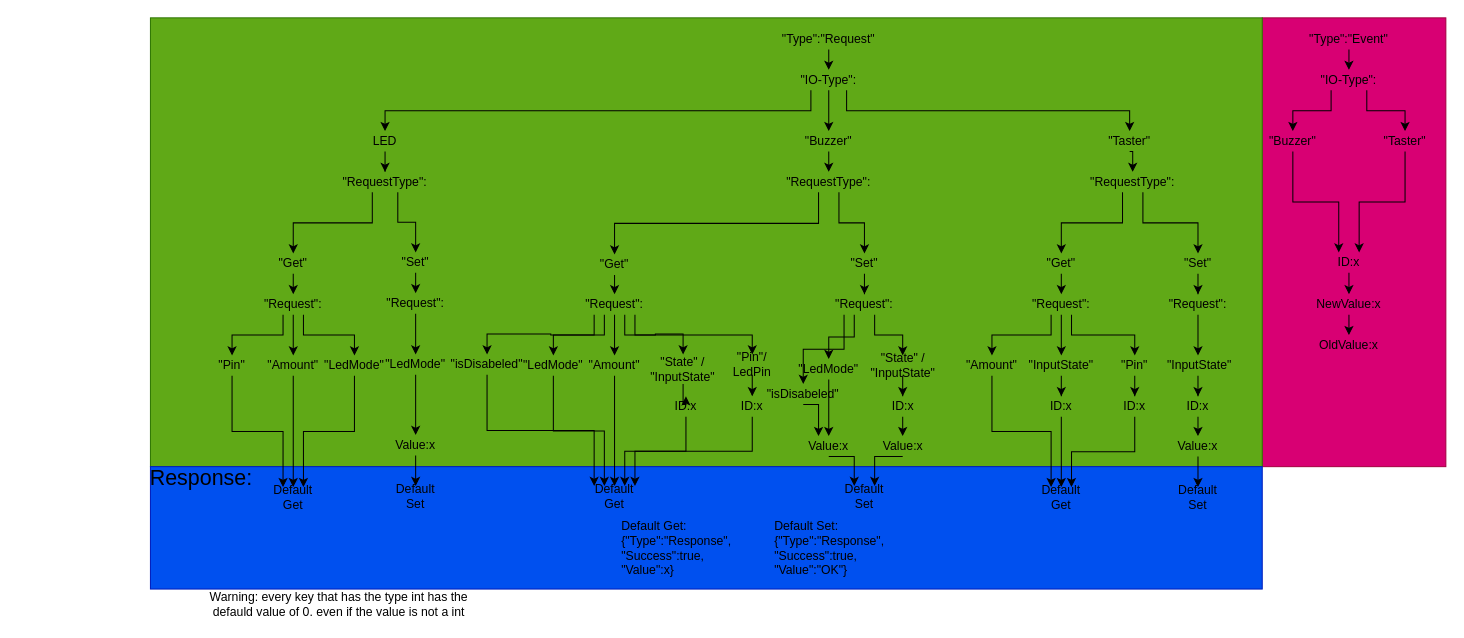
Earlier version of the draw.io diagram src/BuzzerScript/API Doku NEW.drawio (TheEinfachFelix/GameMaster). Source tidied: cells renumbered, new cells numbered last; positions are measured from the earlier drawing's top-left corner, leaving out a move shared by most shapes. Both pictures are drawn from the tidied source at 102%, with x=0, y=0 at pixel (150, 17).
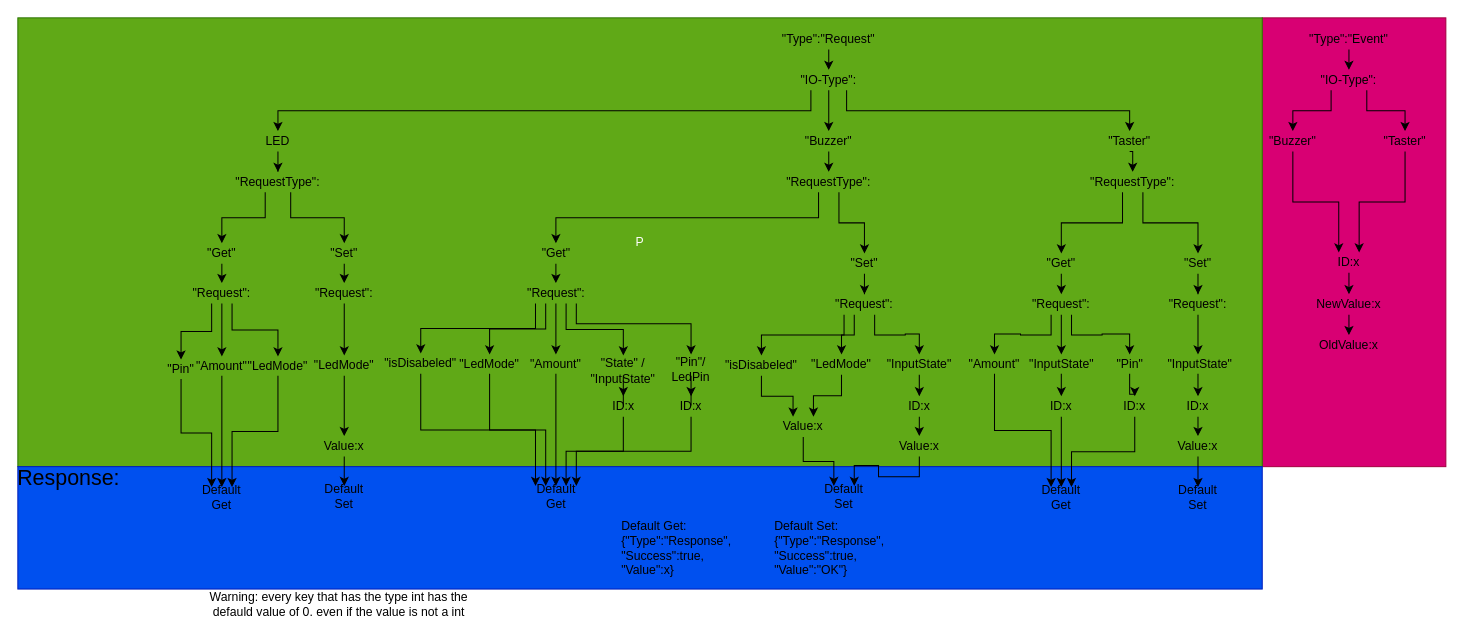
The same diagram, later.

Change to the diagram source:
```diff
@@
-    <mxCell id="3" style="rounded=0;whiteSpace=wrap;html=1;fillColor=#60a917;strokeColor=#2D7600;fontColor=#ffffff;" parent="1" vertex="1">
-      <mxGeometry width="1090" height="440" as="geometry" />
+    <mxCell id="3" value="P" style="rounded=0;whiteSpace=wrap;html=1;fillColor=#60a917;strokeColor=#2D7600;fontColor=#ffffff;" parent="1" vertex="1">
+      <mxGeometry x="-130" width="1220" height="440" as="geometry" />
     </mxCell>
     <mxCell id="4" style="rounded=0;whiteSpace=wrap;html=1;align=left;fillColor=#0050ef;strokeColor=#001DBC;fontColor=#ffffff;" parent="1" vertex="1">
-      <mxGeometry y="440" width="1090" height="120" as="geometry" />
+      <mxGeometry x="-130" y="440" width="1220" height="120" as="geometry" />
     </mxCell>
@@
     <mxCell id="9" value="LED" style="text;html=1;strokeColor=none;fillColor=none;align=center;verticalAlign=middle;whiteSpace=wrap;rounded=0;" parent="1" vertex="1">
-      <mxGeometry x="210" y="111" width="40" height="20" as="geometry" />
+      <mxGeometry x="105" y="111" width="40" height="20" as="geometry" />
     </mxCell>
@@
     <mxCell id="19" value="&quot;RequestType&quot;:" style="text;html=1;strokeColor=none;fillColor=none;align=center;verticalAlign=middle;whiteSpace=wrap;rounded=0;" parent="1" vertex="1">
-      <mxGeometry x="205" y="151" width="50" height="20" as="geometry" />
+      <mxGeometry x="100" y="151" width="50" height="20" as="geometry" />
     </mxCell>
@@
     <mxCell id="21" value="&quot;Get&quot;" style="text;html=1;strokeColor=none;fillColor=none;align=center;verticalAlign=middle;whiteSpace=wrap;rounded=0;" parent="1" vertex="1">
-      <mxGeometry x="120" y="231" width="40" height="20" as="geometry" />
+      <mxGeometry x="50" y="221" width="40" height="20" as="geometry" />
     </mxCell>
@@
     <mxCell id="23" value="&quot;Set&quot;" style="text;html=1;strokeColor=none;fillColor=none;align=center;verticalAlign=middle;whiteSpace=wrap;rounded=0;" parent="1" vertex="1">
-      <mxGeometry x="240" y="230" width="40" height="20" as="geometry" />
+      <mxGeometry x="170" y="221" width="40" height="20" as="geometry" />
     </mxCell>
@@
     <mxCell id="28" value="&quot;Get&quot;" style="text;html=1;strokeColor=none;fillColor=none;align=center;verticalAlign=middle;whiteSpace=wrap;rounded=0;" parent="1" vertex="1">
-      <mxGeometry x="435" y="232" width="40" height="20" as="geometry" />
+      <mxGeometry x="377.5" y="221" width="40" height="20" as="geometry" />
     </mxCell>
@@
     <mxCell id="39" value="&lt;div&gt;&quot;Request&quot;:&lt;/div&gt;" style="text;html=1;strokeColor=none;fillColor=none;align=center;verticalAlign=middle;whiteSpace=wrap;rounded=0;" parent="1" vertex="1">
-      <mxGeometry x="120" y="271" width="40" height="20" as="geometry" />
+      <mxGeometry x="50" y="260" width="40" height="20" as="geometry" />
     </mxCell>
@@
     <mxCell id="41" value="&lt;div&gt;&quot;Request&quot;:&lt;/div&gt;" style="text;html=1;strokeColor=none;fillColor=none;align=center;verticalAlign=middle;whiteSpace=wrap;rounded=0;" parent="1" vertex="1">
-      <mxGeometry x="240" y="270" width="40" height="20" as="geometry" />
+      <mxGeometry x="170" y="260" width="40" height="20" as="geometry" />
     </mxCell>
@@
     <mxCell id="45" value="&lt;div&gt;&quot;Request&quot;:&lt;/div&gt;" style="text;html=1;strokeColor=none;fillColor=none;align=center;verticalAlign=middle;whiteSpace=wrap;rounded=0;" parent="1" vertex="1">
-      <mxGeometry x="435" y="271" width="40" height="20" as="geometry" />
+      <mxGeometry x="377.5" y="260" width="40" height="20" as="geometry" />
     </mxCell>
@@
     <mxCell id="54" value="&quot;Amount&quot;" style="text;html=1;align=center;verticalAlign=middle;whiteSpace=wrap;rounded=0;" parent="1" vertex="1">
-      <mxGeometry x="805" y="331" width="40" height="20" as="geometry" />
+      <mxGeometry x="800" y="330" width="55" height="19" as="geometry" />
     </mxCell>
@@
     <mxCell id="56" value="&quot;Pin&quot;" style="text;html=1;align=center;verticalAlign=middle;whiteSpace=wrap;rounded=0;" parent="1" vertex="1">
-      <mxGeometry x="945" y="331" width="40" height="20" as="geometry" />
+      <mxGeometry x="942.5" y="330" width="35" height="19" as="geometry" />
     </mxCell>
@@
     <mxCell id="59" style="edgeStyle=orthogonalEdgeStyle;rounded=0;jettySize=auto;html=1;exitX=0.5;exitY=1;exitDx=0;exitDy=0;entryX=0.5;entryY=0;entryDx=0;entryDy=0;" parent="1" edge="1" source="45" target="62">
       <mxGeometry relative="1" as="geometry">
         <Array as="points">
-          <mxPoint x="455" y="300" />
-          <mxPoint x="455" y="300" />
+          <mxPoint x="398" y="310" />
+          <mxPoint x="398" y="310" />
         </Array>
       </mxGeometry>
     </mxCell>
     <mxCell id="60" style="edgeStyle=orthogonalEdgeStyle;rounded=0;jettySize=auto;html=1;entryX=0.5;entryY=0;entryDx=0;entryDy=0;exitX=1;exitY=1;exitDx=0;exitDy=0;" parent="1" edge="1" source="45" target="64">
       <mxGeometry relative="1" as="geometry">
         <Array as="points">
-          <mxPoint x="475" y="311" />
-          <mxPoint x="590" y="311" />
+          <mxPoint x="418" y="300" />
+          <mxPoint x="530" y="300" />
         </Array>
       </mxGeometry>
     </mxCell>
@@
     <mxCell id="62" value="&quot;Amount&quot;" style="text;html=1;align=center;verticalAlign=middle;whiteSpace=wrap;rounded=0;" parent="1" vertex="1">
-      <mxGeometry x="435" y="331" width="40" height="20" as="geometry" />
+      <mxGeometry x="370" y="330" width="55" height="19" as="geometry" />
     </mxCell>
@@
     <mxCell id="64" value="&quot;Pin&quot;/&lt;br&gt;LedPin" style="text;html=1;align=center;verticalAlign=middle;whiteSpace=wrap;rounded=0;" parent="1" vertex="1">
-      <mxGeometry x="570" y="330" width="40" height="20" as="geometry" />
+      <mxGeometry x="510" y="330" width="40" height="30" as="geometry" />
     </mxCell>
@@
     <mxCell id="66" value="ID:x" style="text;html=1;align=center;verticalAlign=middle;whiteSpace=wrap;rounded=0;" parent="1" vertex="1">
-      <mxGeometry x="570" y="371" width="40" height="20" as="geometry" />
+      <mxGeometry x="510" y="371" width="40" height="20" as="geometry" />
     </mxCell>
@@
-    <mxCell id="68" value="&quot;State&quot; / &quot;InputState&quot;" style="text;html=1;align=center;verticalAlign=middle;whiteSpace=wrap;rounded=0;" parent="1" vertex="1">
-      <mxGeometry x="717.5" y="331" width="40" height="20" as="geometry" />
+    <mxCell id="68" value="&quot;InputState&quot;" style="text;html=1;align=center;verticalAlign=middle;whiteSpace=wrap;rounded=0;" parent="1" vertex="1">
+      <mxGeometry x="720" y="330" width="67.5" height="20" as="geometry" />
     </mxCell>
@@
     <mxCell id="70" value="ID:x" style="text;html=1;strokeColor=none;fillColor=none;align=center;verticalAlign=middle;whiteSpace=wrap;rounded=0;" parent="1" vertex="1">
-      <mxGeometry x="717.5" y="371" width="40" height="20" as="geometry" />
+      <mxGeometry x="733.8" y="371" width="40" height="20" as="geometry" />
     </mxCell>
@@
     <mxCell id="72" value="&quot;Pin&quot;" style="text;html=1;align=center;verticalAlign=middle;whiteSpace=wrap;rounded=0;" parent="1" vertex="1">
-      <mxGeometry x="60" y="331" width="40" height="20" as="geometry" />
+      <mxGeometry x="15" y="335" width="30" height="19" as="geometry" />
     </mxCell>
@@
     <mxCell id="75" value="Value:x" style="text;html=1;strokeColor=none;fillColor=none;align=center;verticalAlign=middle;whiteSpace=wrap;rounded=0;" parent="1" vertex="1">
-      <mxGeometry x="240" y="409" width="40" height="20" as="geometry" />
+      <mxGeometry x="170" y="410" width="40" height="20" as="geometry" />
     </mxCell>
     <mxCell id="76" value="Response:" style="text;html=1;strokeColor=none;fillColor=none;align=center;verticalAlign=middle;whiteSpace=wrap;rounded=0;fontSize=21;" parent="1" vertex="1">
-      <mxGeometry y="440" width="100" height="20" as="geometry" />
+      <mxGeometry x="-130" y="440" width="100" height="20" as="geometry" />
     </mxCell>
@@
     <mxCell id="78" value="Default Set" style="text;html=1;strokeColor=none;fillColor=none;align=center;verticalAlign=middle;whiteSpace=wrap;rounded=0;" parent="1" vertex="1">
-      <mxGeometry x="240" y="459" width="40" height="20" as="geometry" />
+      <mxGeometry x="170" y="459" width="40" height="20" as="geometry" />
     </mxCell>
     <mxCell id="79" value="Default Set" style="text;html=1;strokeColor=none;fillColor=none;align=center;verticalAlign=middle;whiteSpace=wrap;rounded=0;" parent="1" vertex="1">
-      <mxGeometry x="680" y="459" width="40" height="20" as="geometry" />
+      <mxGeometry x="660" y="459" width="40" height="20" as="geometry" />
     </mxCell>
@@
     <mxCell id="82" value="&quot;State&quot; / &quot;InputState&quot;" style="text;html=1;align=center;verticalAlign=middle;whiteSpace=wrap;rounded=0;" parent="1" vertex="1">
-      <mxGeometry x="497.2" y="330" width="50" height="29" as="geometry" />
+      <mxGeometry x="430" y="331" width="67.2" height="30" as="geometry" />
     </mxCell>
@@
     <mxCell id="84" value="ID:x" style="text;html=1;strokeColor=none;fillColor=none;align=center;verticalAlign=middle;whiteSpace=wrap;rounded=0;" parent="1" vertex="1">
-      <mxGeometry x="505" y="371" width="40" height="20" as="geometry" />
+      <mxGeometry x="443.6" y="371" width="40" height="20" as="geometry" />
     </mxCell>
@@
     <mxCell id="87" value="Value:x" style="text;html=1;strokeColor=none;fillColor=none;align=center;verticalAlign=middle;whiteSpace=wrap;rounded=0;" parent="1" vertex="1">
-      <mxGeometry x="717.5" y="410" width="40" height="20" as="geometry" />
+      <mxGeometry x="733.8" y="410" width="40" height="20" as="geometry" />
     </mxCell>
@@
     <mxCell id="90" value="Default Get" style="text;html=1;strokeColor=none;fillColor=none;align=center;verticalAlign=middle;whiteSpace=wrap;rounded=0;" parent="1" vertex="1">
-      <mxGeometry x="120" y="460" width="40" height="20" as="geometry" />
+      <mxGeometry x="50" y="460" width="40" height="20" as="geometry" />
     </mxCell>
     <mxCell id="91" value="Default Get" style="text;html=1;strokeColor=none;fillColor=none;align=center;verticalAlign=middle;whiteSpace=wrap;rounded=0;" parent="1" vertex="1">
-      <mxGeometry x="435" y="459" width="40" height="20" as="geometry" />
+      <mxGeometry x="377.5" y="459" width="40" height="20" as="geometry" />
     </mxCell>
@@
     <mxCell id="98" value="&amp;nbsp;&quot;InputState&quot;" style="text;html=1;align=center;verticalAlign=middle;whiteSpace=wrap;rounded=0;" parent="1" vertex="1">
-      <mxGeometry x="1007" y="331" width="40" height="20" as="geometry" />
+      <mxGeometry x="993.5" y="330" width="67" height="19" as="geometry" />
     </mxCell>
@@
     <mxCell id="105" value="&quot;InputState&quot;" style="text;html=1;align=center;verticalAlign=middle;whiteSpace=wrap;rounded=0;" parent="1" vertex="1">
-      <mxGeometry x="873" y="331" width="40" height="20" as="geometry" />
+      <mxGeometry x="861.5" y="330" width="63" height="19" as="geometry" />
     </mxCell>
@@
     <mxCell id="123" value="&quot;Amount&quot;" style="text;html=1;align=center;verticalAlign=middle;whiteSpace=wrap;rounded=0;" parent="1" vertex="1">
-      <mxGeometry x="120" y="331" width="40" height="20" as="geometry" />
+      <mxGeometry x="45" y="332" width="50" height="19" as="geometry" />
     </mxCell>
     <mxCell id="124" value="&quot;LedMode&quot;" style="text;html=1;align=center;verticalAlign=middle;whiteSpace=wrap;rounded=0;" parent="1" vertex="1">
-      <mxGeometry x="180" y="331" width="40" height="20" as="geometry" />
+      <mxGeometry x="95" y="332" width="60" height="19" as="geometry" />
     </mxCell>
     <mxCell id="125" value="&quot;LedMode&quot;" style="text;html=1;align=center;verticalAlign=middle;whiteSpace=wrap;rounded=0;" parent="1" vertex="1">
-      <mxGeometry x="240" y="330" width="40" height="20" as="geometry" />
+      <mxGeometry x="160" y="331" width="60" height="20" as="geometry" />
     </mxCell>
@@
     <mxCell id="127" value="&quot;LedMode&quot;" style="text;html=1;align=center;verticalAlign=middle;whiteSpace=wrap;rounded=0;" parent="1" vertex="1">
-      <mxGeometry x="375" y="331" width="40" height="20" as="geometry" />
+      <mxGeometry x="300" y="330" width="65" height="19" as="geometry" />
     </mxCell>
-    <mxCell id="128" style="edgeStyle=orthogonalEdgeStyle;rounded=0;jettySize=auto;html=1;exitX=0.5;exitY=1;exitDx=0;exitDy=0;entryX=0.5;entryY=0;entryDx=0;entryDy=0;" parent="1" edge="1" source="129" target="131">
+    <mxCell id="128" style="edgeStyle=orthogonalEdgeStyle;rounded=0;jettySize=auto;html=1;exitX=0.5;exitY=1;exitDx=0;exitDy=0;entryX=0.75;entryY=0;entryDx=0;entryDy=0;" parent="1" edge="1" source="129" target="131">
       <mxGeometry relative="1" as="geometry" />
     </mxCell>
     <mxCell id="129" value="&quot;LedMode&quot;" style="text;html=1;align=center;verticalAlign=middle;whiteSpace=wrap;rounded=0;" parent="1" vertex="1">
-      <mxGeometry x="645" y="334.5" width="40" height="20" as="geometry" />
+      <mxGeometry x="645" y="330" width="65" height="20" as="geometry" />
     </mxCell>
@@
     <mxCell id="131" value="Value:x" style="text;html=1;strokeColor=none;fillColor=none;align=center;verticalAlign=middle;whiteSpace=wrap;rounded=0;" parent="1" vertex="1">
-      <mxGeometry x="645" y="410" width="40" height="20" as="geometry" />
+      <mxGeometry x="620" y="391" width="40" height="20" as="geometry" />
     </mxCell>
@@
     <mxCell id="133" value="&quot;isDisabeled&quot;" style="text;html=1;align=center;verticalAlign=middle;whiteSpace=wrap;rounded=0;" parent="1" vertex="1">
-      <mxGeometry x="310" y="330" width="40" height="20" as="geometry" />
+      <mxGeometry x="230" y="329" width="70" height="20" as="geometry" />
     </mxCell>
@@
     <mxCell id="135" value="&quot;isDisabeled&quot;" style="text;html=1;align=center;verticalAlign=middle;whiteSpace=wrap;rounded=0;" parent="1" vertex="1">
-      <mxGeometry x="620" y="359" width="40" height="20" as="geometry" />
+      <mxGeometry x="564" y="331" width="70" height="20" as="geometry" />
     </mxCell>
```
